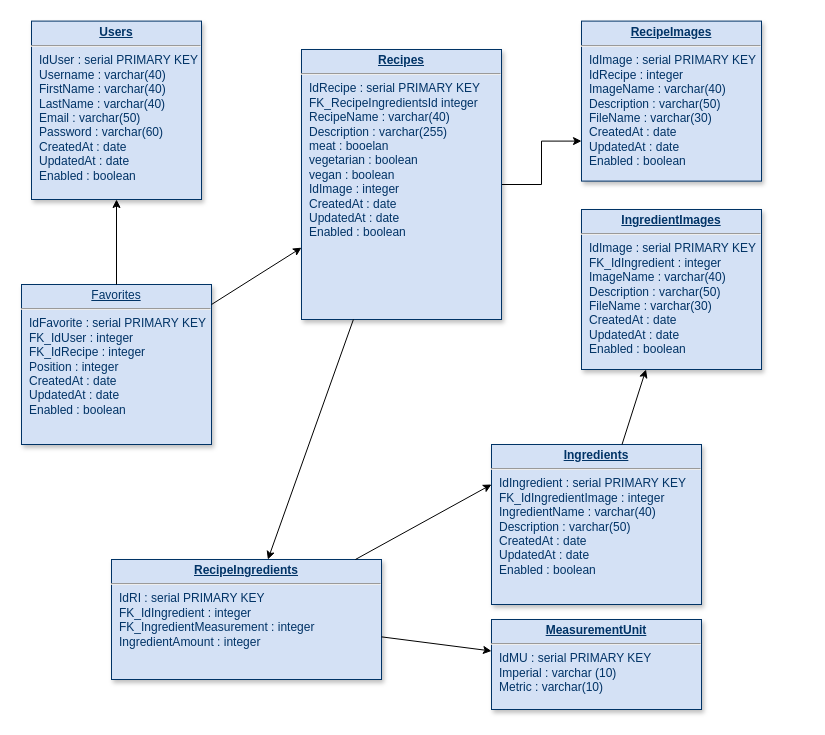
Earlier version of the draw.io diagram Database.drawio (paraguin271828/react-cookbook). Source tidied: cells renumbered, new cells numbered last; positions are measured from the earlier drawing's top-left corner, leaving out a move shared by most shapes. Both pictures are drawn from the tidied source at 100%, with x=0, y=0 at pixel (21, 21).
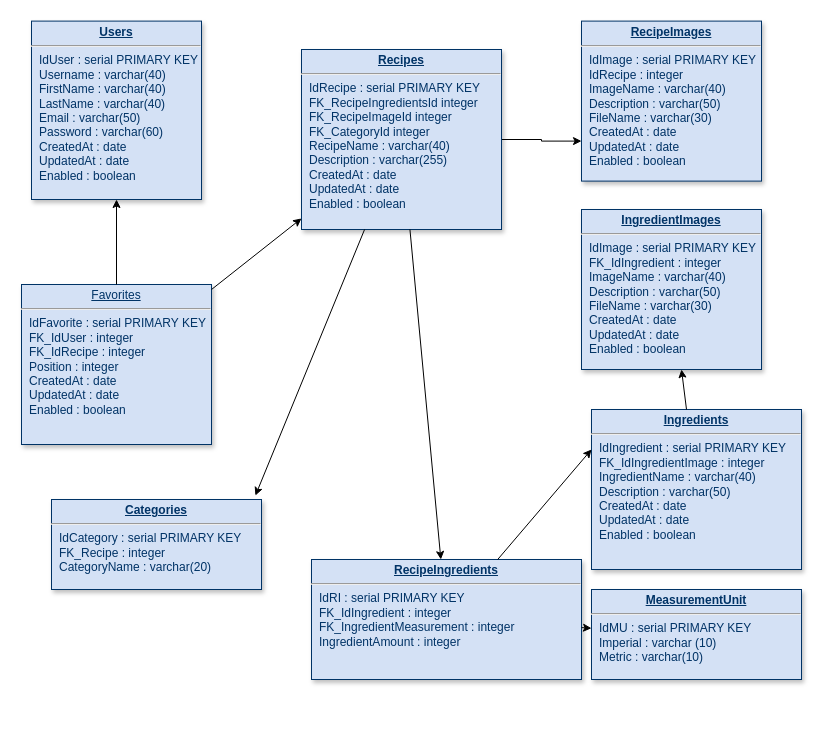
The same page after the edit.

What changed in the source:
```diff
@@
 <mxGraphModel background="#ffffff">
   <root>
     <mxCell id="0" />
     <mxCell id="1" parent="0" />
     <mxCell id="2" style="edgeStyle=orthogonalEdgeStyle;rounded=0;jettySize=auto;html=1;entryX=0;entryY=0.75;entryDx=0;entryDy=0;" parent="1" edge="1" source="3" target="6">
       <mxGeometry relative="1" as="geometry" />
     </mxCell>
-    <mxCell id="3" value="&lt;p style=&quot;margin: 0px ; margin-top: 4px ; text-align: center ; text-decoration: underline&quot;&gt;&lt;strong&gt;Recipes&lt;/strong&gt;&lt;/p&gt;&lt;hr&gt;&lt;p style=&quot;margin: 0px ; margin-left: 8px&quot;&gt;IdRecipe : serial PRIMARY KEY&lt;/p&gt;&lt;p style=&quot;margin: 0px ; margin-left: 8px&quot;&gt;FK_RecipeIngredientsId integer&lt;br&gt;&lt;/p&gt;&lt;p style=&quot;margin: 0px ; margin-left: 8px&quot;&gt;RecipeName : varchar(40)&lt;br&gt;&lt;/p&gt;&lt;p style=&quot;margin: 0px ; margin-left: 8px&quot;&gt;Description : varchar(255)&lt;/p&gt;&lt;p style=&quot;margin: 0px ; margin-left: 8px&quot;&gt;meat : booelan&lt;/p&gt;&lt;p style=&quot;margin: 0px ; margin-left: 8px&quot;&gt;vegetarian : boolean&lt;/p&gt;&lt;p style=&quot;margin: 0px ; margin-left: 8px&quot;&gt;vegan : boolean&lt;/p&gt;&lt;p style=&quot;margin: 0px ; margin-left: 8px&quot;&gt;IdImage : integer&lt;br&gt;&lt;/p&gt;&lt;p style=&quot;margin: 0px ; margin-left: 8px&quot;&gt;CreatedAt : date&lt;br&gt;&lt;/p&gt;&lt;p style=&quot;margin: 0px ; margin-left: 8px&quot;&gt;UpdatedAt : date&lt;br&gt;&lt;/p&gt;&lt;p style=&quot;margin: 0px ; margin-left: 8px&quot;&gt;Enabled : boolean&lt;br&gt;&lt;/p&gt;" style="verticalAlign=top;align=left;overflow=fill;fontSize=12;fontFamily=Helvetica;html=1;strokeColor=#003366;shadow=1;fillColor=#D4E1F5;fontColor=#003366;" parent="1" vertex="1">
-      <mxGeometry x="280" y="28" width="200" height="270" as="geometry" />
+    <mxCell id="3" value="&lt;p style=&quot;margin: 0px ; margin-top: 4px ; text-align: center ; text-decoration: underline&quot;&gt;&lt;strong&gt;Recipes&lt;/strong&gt;&lt;/p&gt;&lt;hr&gt;&lt;p style=&quot;margin: 0px ; margin-left: 8px&quot;&gt;IdRecipe : serial PRIMARY KEY&lt;/p&gt;&lt;p style=&quot;margin: 0px ; margin-left: 8px&quot;&gt;FK_RecipeIngredientsId integer&lt;/p&gt;&lt;p style=&quot;margin: 0px ; margin-left: 8px&quot;&gt;FK_RecipeImageId integer&lt;/p&gt;&lt;p style=&quot;margin: 0px ; margin-left: 8px&quot;&gt;FK_CategoryId integer&lt;br&gt;&lt;/p&gt;&lt;p style=&quot;margin: 0px ; margin-left: 8px&quot;&gt;RecipeName : varchar(40)&lt;br&gt;&lt;/p&gt;&lt;p style=&quot;margin: 0px ; margin-left: 8px&quot;&gt;Description : varchar(255)&lt;/p&gt;&lt;p style=&quot;margin: 0px ; margin-left: 8px&quot;&gt;CreatedAt : date&lt;br&gt;&lt;/p&gt;&lt;p style=&quot;margin: 0px ; margin-left: 8px&quot;&gt;UpdatedAt : date&lt;br&gt;&lt;/p&gt;&lt;p style=&quot;margin: 0px ; margin-left: 8px&quot;&gt;Enabled : boolean&lt;br&gt;&lt;/p&gt;" style="verticalAlign=top;align=left;overflow=fill;fontSize=12;fontFamily=Helvetica;html=1;strokeColor=#003366;shadow=1;fillColor=#D4E1F5;fontColor=#003366;" parent="1" vertex="1">
+      <mxGeometry x="280" y="28" width="200" height="180" as="geometry" />
     </mxCell>
     <mxCell id="4" value="&lt;p style=&quot;margin: 0px ; margin-top: 4px ; text-align: center ; text-decoration: underline&quot;&gt;Favorites&lt;/p&gt;&lt;hr&gt;&lt;p style=&quot;margin: 0px ; margin-left: 8px&quot;&gt;IdFavorite : serial PRIMARY KEY&lt;/p&gt;&lt;p style=&quot;margin: 0px ; margin-left: 8px&quot;&gt;FK_IdUser : integer&lt;br&gt;&lt;/p&gt;&lt;p style=&quot;margin: 0px ; margin-left: 8px&quot;&gt;FK_IdRecipe : integer&lt;/p&gt;&lt;p style=&quot;margin: 0px ; margin-left: 8px&quot;&gt;Position : integer&lt;br&gt;&lt;/p&gt;&lt;p style=&quot;margin: 0px ; margin-left: 8px&quot;&gt;CreatedAt : date&lt;br&gt;&lt;/p&gt;&lt;p style=&quot;margin: 0px ; margin-left: 8px&quot;&gt;UpdatedAt : date&lt;br&gt;&lt;/p&gt;&lt;p style=&quot;margin: 0px ; margin-left: 8px&quot;&gt;Enabled : boolean&lt;br&gt;&lt;/p&gt;" style="verticalAlign=top;align=left;overflow=fill;fontSize=12;fontFamily=Helvetica;html=1;strokeColor=#003366;shadow=1;fillColor=#D4E1F5;fontColor=#003366;" parent="1" vertex="1">
       <mxGeometry y="263" width="190" height="160" as="geometry" />
     </mxCell>
     <mxCell id="5" value="&lt;p style=&quot;margin: 0px ; margin-top: 4px ; text-align: center ; text-decoration: underline&quot;&gt;&lt;strong&gt;Users&lt;/strong&gt;&lt;/p&gt;&lt;hr&gt;&lt;p style=&quot;margin: 0px ; margin-left: 8px&quot;&gt;IdUser : serial PRIMARY KEY&lt;br&gt;&lt;/p&gt;&lt;p style=&quot;margin: 0px ; margin-left: 8px&quot;&gt;Username : varchar(40)&lt;br&gt;&lt;/p&gt;&lt;p style=&quot;margin: 0px ; margin-left: 8px&quot;&gt;FirstName : varchar(40)&lt;br&gt;&lt;/p&gt;&lt;p style=&quot;margin: 0px ; margin-left: 8px&quot;&gt;LastName : varchar(40)&lt;br&gt;&lt;/p&gt;&lt;p style=&quot;margin: 0px ; margin-left: 8px&quot;&gt;Email : varchar(50)&lt;br&gt;&lt;/p&gt;&lt;p style=&quot;margin: 0px ; margin-left: 8px&quot;&gt;Password : varchar(60)&lt;br&gt;&lt;/p&gt;&lt;p style=&quot;margin: 0px ; margin-left: 8px&quot;&gt;CreatedAt : date&lt;br&gt;&lt;/p&gt;&lt;p style=&quot;margin: 0px ; margin-left: 8px&quot;&gt;UpdatedAt : date&lt;br&gt;&lt;/p&gt;&lt;p style=&quot;margin: 0px ; margin-left: 8px&quot;&gt;Enabled : boolean&lt;br&gt;&lt;/p&gt;" style="verticalAlign=top;align=left;overflow=fill;fontSize=12;fontFamily=Helvetica;html=1;strokeColor=#003366;shadow=1;fillColor=#D4E1F5;fontColor=#003366;" parent="1" vertex="1">
       <mxGeometry x="10" y="-0.4" width="170" height="178.4" as="geometry" />
     </mxCell>
     <mxCell id="6" value="&lt;p style=&quot;margin: 0px ; margin-top: 4px ; text-align: center ; text-decoration: underline&quot;&gt;&lt;strong&gt;RecipeImages&lt;/strong&gt;&lt;/p&gt;&lt;hr&gt;&lt;p style=&quot;margin: 0px ; margin-left: 8px&quot;&gt;IdImage : serial PRIMARY KEY&lt;/p&gt;&lt;p style=&quot;margin: 0px ; margin-left: 8px&quot;&gt;IdRecipe : integer&lt;br&gt;&lt;/p&gt;&lt;p style=&quot;margin: 0px ; margin-left: 8px&quot;&gt;ImageName : varchar(40)&lt;br&gt;&lt;/p&gt;&lt;p style=&quot;margin: 0px ; margin-left: 8px&quot;&gt;Description : varchar(50)&lt;/p&gt;&lt;p style=&quot;margin: 0px ; margin-left: 8px&quot;&gt;FileName : varchar(30)&lt;/p&gt;&lt;p style=&quot;margin: 0px ; margin-left: 8px&quot;&gt;CreatedAt : date&lt;br&gt;&lt;/p&gt;&lt;p style=&quot;margin: 0px ; margin-left: 8px&quot;&gt;UpdatedAt : date&lt;br&gt;&lt;/p&gt;&lt;p style=&quot;margin: 0px ; margin-left: 8px&quot;&gt;Enabled : boolean&lt;br&gt;&lt;/p&gt;" style="verticalAlign=top;align=left;overflow=fill;fontSize=12;fontFamily=Helvetica;html=1;strokeColor=#003366;shadow=1;fillColor=#D4E1F5;fontColor=#003366;" parent="1" vertex="1">
       <mxGeometry x="560" y="-0.4" width="180" height="160" as="geometry" />
     </mxCell>
     <mxCell id="7" value="&lt;p style=&quot;margin: 0px ; margin-top: 4px ; text-align: center ; text-decoration: underline&quot;&gt;&lt;strong&gt;RecipeIngredients&lt;/strong&gt;&lt;/p&gt;&lt;hr&gt;&lt;p style=&quot;margin: 0px ; margin-left: 8px&quot;&gt;IdRI : serial PRIMARY KEY&lt;/p&gt;&lt;p style=&quot;margin: 0px ; margin-left: 8px&quot;&gt;FK_IdIngredient : integer&lt;/p&gt;&lt;p style=&quot;margin: 0px ; margin-left: 8px&quot;&gt;FK_IngredientMeasurement : integer&lt;/p&gt;&lt;p style=&quot;margin: 0px ; margin-left: 8px&quot;&gt;IngredientAmount : integer&lt;br&gt;&lt;/p&gt;" style="verticalAlign=top;align=left;overflow=fill;fontSize=12;fontFamily=Helvetica;html=1;strokeColor=#003366;shadow=1;fillColor=#D4E1F5;fontColor=#003366;" parent="1" vertex="1">
-      <mxGeometry x="90" y="538" width="270" height="120" as="geometry" />
+      <mxGeometry x="290" y="538" width="270" height="120" as="geometry" />
     </mxCell>
     <mxCell id="8" value="&lt;p style=&quot;margin: 0px ; margin-top: 4px ; text-align: center ; text-decoration: underline&quot;&gt;&lt;strong&gt;Ingredients&lt;/strong&gt;&lt;/p&gt;&lt;hr&gt;&lt;p style=&quot;margin: 0px ; margin-left: 8px&quot;&gt;IdIngredient : serial PRIMARY KEY&lt;/p&gt;&lt;p style=&quot;margin: 0px ; margin-left: 8px&quot;&gt;FK_IdIngredientImage : integer&lt;br&gt;&lt;/p&gt;&lt;p style=&quot;margin: 0px ; margin-left: 8px&quot;&gt;IngredientName : varchar(40)&lt;br&gt;&lt;/p&gt;&lt;p style=&quot;margin: 0px ; margin-left: 8px&quot;&gt;Description : varchar(50)&lt;/p&gt;&lt;p style=&quot;margin: 0px ; margin-left: 8px&quot;&gt;CreatedAt : date&lt;br&gt;&lt;/p&gt;&lt;p style=&quot;margin: 0px ; margin-left: 8px&quot;&gt;UpdatedAt : date&lt;br&gt;&lt;/p&gt;&lt;p style=&quot;margin: 0px ; margin-left: 8px&quot;&gt;Enabled : boolean&lt;br&gt;&lt;/p&gt;" style="verticalAlign=top;align=left;overflow=fill;fontSize=12;fontFamily=Helvetica;html=1;strokeColor=#003366;shadow=1;fillColor=#D4E1F5;fontColor=#003366;" parent="1" vertex="1">
-      <mxGeometry x="470" y="423" width="210" height="160" as="geometry" />
+      <mxGeometry x="570" y="388" width="210" height="160" as="geometry" />
     </mxCell>
     <mxCell id="9" value="&lt;p style=&quot;margin: 0px ; margin-top: 4px ; text-align: center ; text-decoration: underline&quot;&gt;&lt;strong&gt;MeasurementUnit&lt;/strong&gt;&lt;/p&gt;&lt;hr&gt;&lt;p style=&quot;margin: 0px ; margin-left: 8px&quot;&gt;IdMU : serial PRIMARY KEY&lt;/p&gt;&lt;p style=&quot;margin: 0px ; margin-left: 8px&quot;&gt;Imperial : varchar (10)&lt;br&gt;&lt;/p&gt;&lt;p style=&quot;margin: 0px ; margin-left: 8px&quot;&gt;Metric : varchar(10)&lt;/p&gt;" style="verticalAlign=top;align=left;overflow=fill;fontSize=12;fontFamily=Helvetica;html=1;strokeColor=#003366;shadow=1;fillColor=#D4E1F5;fontColor=#003366;" parent="1" vertex="1">
-      <mxGeometry x="470" y="598" width="210" height="90" as="geometry" />
+      <mxGeometry x="570" y="568" width="210" height="90" as="geometry" />
     </mxCell>
     <mxCell id="10" style="endArrow=classic;html=1;entryX=0;entryY=0.25;entryDx=0;entryDy=0;" parent="1" edge="1" source="7" target="8">
       <mxGeometry relative="1" as="geometry" />
     </mxCell>
     <mxCell id="11" style="endArrow=classic;html=1;" parent="1" edge="1" source="7" target="9">
       <mxGeometry relative="1" as="geometry" />
     </mxCell>
     <mxCell id="12" value="&lt;p style=&quot;margin: 0px ; margin-top: 4px ; text-align: center ; text-decoration: underline&quot;&gt;&lt;strong&gt;IngredientImages&lt;/strong&gt;&lt;/p&gt;&lt;hr&gt;&lt;p style=&quot;margin: 0px ; margin-left: 8px&quot;&gt;IdImage : serial PRIMARY KEY&lt;/p&gt;&lt;p style=&quot;margin: 0px ; margin-left: 8px&quot;&gt;FK_IdIngredient : integer&lt;br&gt;&lt;/p&gt;&lt;p style=&quot;margin: 0px ; margin-left: 8px&quot;&gt;ImageName : varchar(40)&lt;br&gt;&lt;/p&gt;&lt;p style=&quot;margin: 0px ; margin-left: 8px&quot;&gt;Description : varchar(50)&lt;/p&gt;&lt;p style=&quot;margin: 0px ; margin-left: 8px&quot;&gt;FileName : varchar(30)&lt;/p&gt;&lt;p style=&quot;margin: 0px ; margin-left: 8px&quot;&gt;CreatedAt : date&lt;br&gt;&lt;/p&gt;&lt;p style=&quot;margin: 0px ; margin-left: 8px&quot;&gt;UpdatedAt : date&lt;br&gt;&lt;/p&gt;&lt;p style=&quot;margin: 0px ; margin-left: 8px&quot;&gt;Enabled : boolean&lt;br&gt;&lt;/p&gt;" style="verticalAlign=top;align=left;overflow=fill;fontSize=12;fontFamily=Helvetica;html=1;strokeColor=#003366;shadow=1;fillColor=#D4E1F5;fontColor=#003366;" parent="1" vertex="1">
       <mxGeometry x="560" y="188" width="180" height="160" as="geometry" />
     </mxCell>
     <mxCell id="13" style="endArrow=classic;html=1;" parent="1" edge="1" source="8" target="12">
       <mxGeometry relative="1" as="geometry" />
     </mxCell>
     <mxCell id="14" style="endArrow=classic;html=1;" parent="1" edge="1" source="4" target="3">
       <mxGeometry relative="1" as="geometry" />
     </mxCell>
     <mxCell id="15" style="endArrow=classic;html=1;" parent="1" edge="1" source="3" target="7">
       <mxGeometry relative="1" as="geometry" />
     </mxCell>
     <mxCell id="16" style="endArrow=classic;html=1;" parent="1" edge="1" source="4" target="5">
       <mxGeometry relative="1" as="geometry" />
     </mxCell>
+    <mxCell id="17" value="&lt;p style=&quot;margin: 0px ; margin-top: 4px ; text-align: center ; text-decoration: underline&quot;&gt;&lt;strong&gt;Categories&lt;/strong&gt;&lt;/p&gt;&lt;hr&gt;&lt;p style=&quot;margin: 0px ; margin-left: 8px&quot;&gt;IdCategory : serial PRIMARY KEY&lt;/p&gt;&lt;p style=&quot;margin: 0px ; margin-left: 8px&quot;&gt;FK_Recipe : integer&lt;/p&gt;&lt;p style=&quot;margin: 0px ; margin-left: 8px&quot;&gt;CategoryName : varchar(20)&lt;br&gt;&lt;/p&gt;" style="verticalAlign=top;align=left;overflow=fill;fontSize=12;fontFamily=Helvetica;html=1;strokeColor=#003366;shadow=1;fillColor=#D4E1F5;fontColor=#003366;" parent="1" vertex="1">
+      <mxGeometry x="30" y="478" width="210" height="90" as="geometry" />
+    </mxCell>
+    <mxCell id="18" style="endArrow=classic;html=1;entryX=0.971;entryY=-0.044;entryDx=0;entryDy=0;entryPerimeter=0;" parent="1" edge="1" source="3" target="17">
+      <mxGeometry relative="1" as="geometry" />
+    </mxCell>
   </root>
 </mxGraphModel>
```
